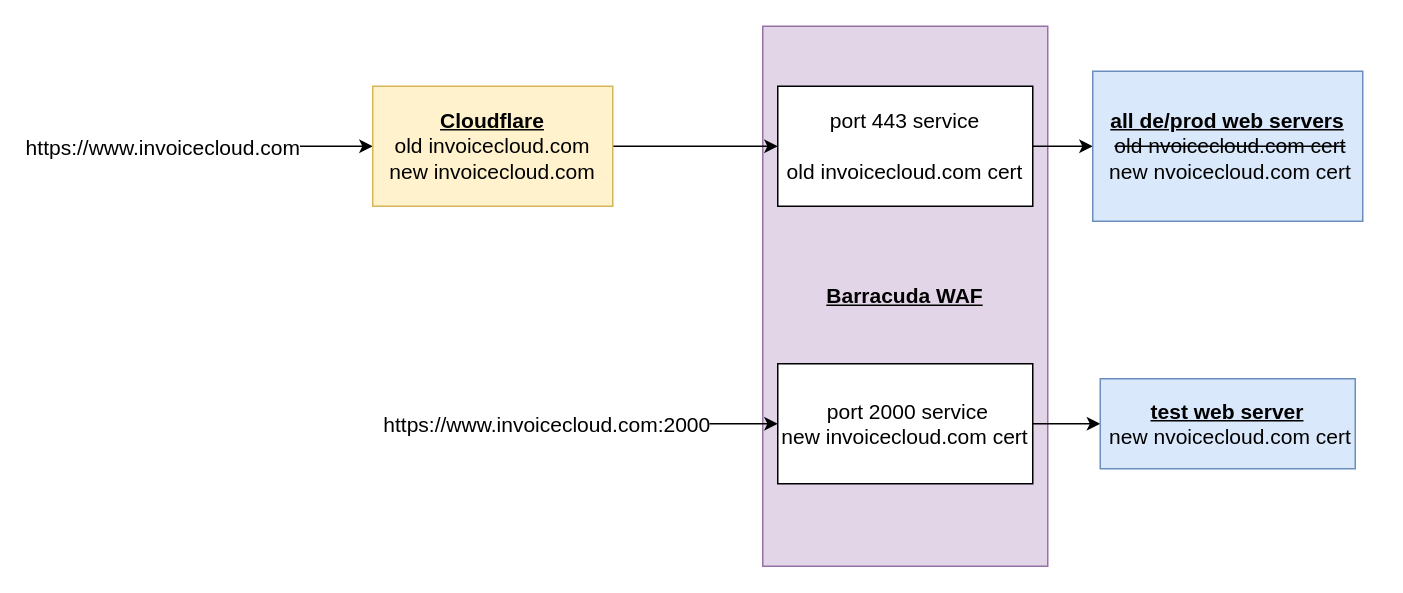
Above: CertChange.drawio in vjavle/invoicecloud (draw.io), before the change. Source tidied: cells renumbered, new cells numbered last; positions are measured from the earlier drawing's top-left corner, leaving out a move shared by most shapes. Both pictures are drawn from the tidied source at 150%, with x=0, y=0 at pixel (222, 26).
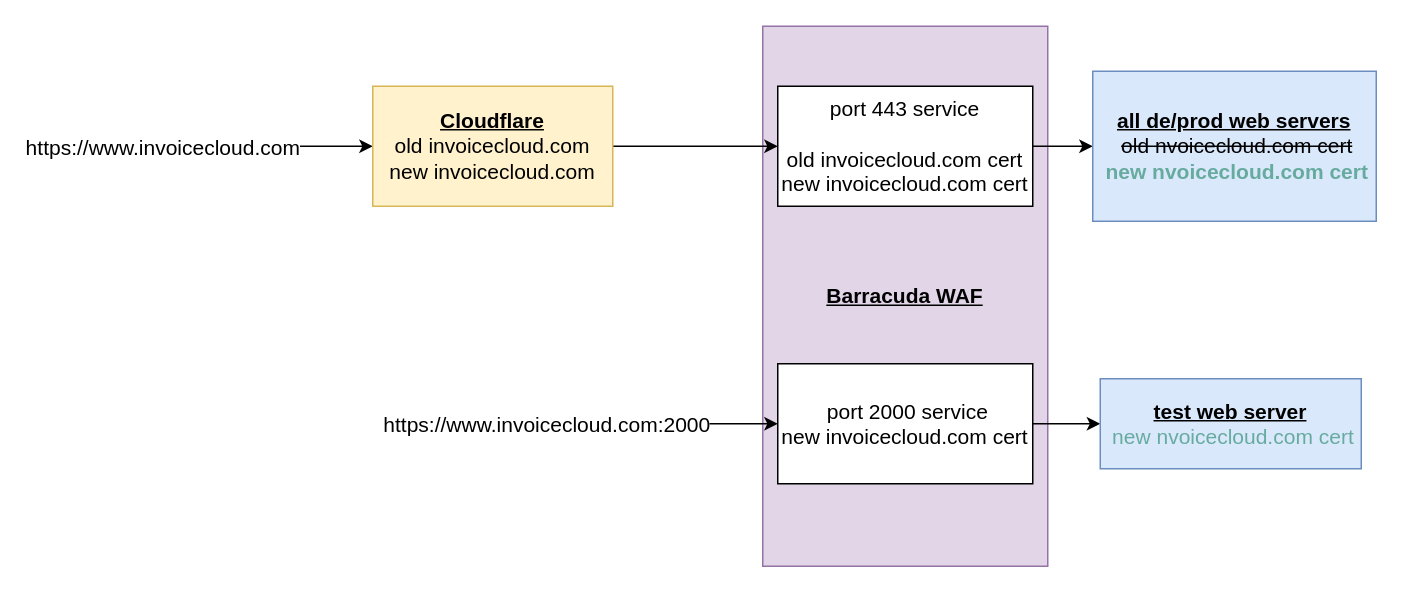
After the change.

The edit, as a diff of the source:
```diff
@@
 <mxGraphModel>
   <root>
     <mxCell id="0" />
     <mxCell id="1" parent="0" />
     <mxCell id="2" value="&lt;b&gt;&lt;u&gt;Barracuda WAF&lt;/u&gt;&lt;/b&gt;" style="rounded=0;whiteSpace=wrap;html=1;fillColor=#e1d5e7;strokeColor=#9673a6;fontSize=14;" parent="1" vertex="1">
       <mxGeometry x="360" width="190" height="360" as="geometry" />
     </mxCell>
     <mxCell id="3" style="edgeStyle=orthogonalEdgeStyle;rounded=0;jettySize=auto;html=1;fontSize=14;" parent="1" edge="1" source="6" target="8">
       <mxGeometry relative="1" as="geometry" />
     </mxCell>
     <mxCell id="4" style="edgeStyle=orthogonalEdgeStyle;rounded=0;jettySize=auto;html=1;startArrow=classic;startFill=1;endArrow=none;endFill=0;fontSize=14;" parent="1" edge="1" source="6">
       <mxGeometry relative="1" as="geometry">
         <mxPoint y="80" as="targetPoint" />
       </mxGeometry>
     </mxCell>
     <mxCell id="5" value="https://www.invoicecloud.com" style="edgeLabel;html=1;align=center;verticalAlign=middle;fontSize=14;" parent="4" vertex="1">
       <mxGeometry x="0.83" y="-5" relative="1" as="geometry">
         <mxPoint x="-49" y="5" as="offset" />
       </mxGeometry>
     </mxCell>
     <mxCell id="6" value="&lt;b&gt;&lt;u&gt;Cloudflare&lt;/u&gt;&lt;/b&gt;&lt;br style=&quot;font-size: 14px;&quot;&gt;old invoicecloud.com&lt;br style=&quot;font-size: 14px;&quot;&gt;new invoicecloud.com" style="rounded=0;whiteSpace=wrap;html=1;fillColor=#fff2cc;strokeColor=#d6b656;fontSize=14;" parent="1" vertex="1">
       <mxGeometry x="100" y="40" width="160" height="80" as="geometry" />
     </mxCell>
     <mxCell id="7" style="edgeStyle=orthogonalEdgeStyle;rounded=0;jettySize=auto;html=1;fontSize=14;startArrow=none;startFill=0;endArrow=classic;endFill=1;" parent="1" edge="1" source="8" target="14">
       <mxGeometry relative="1" as="geometry" />
     </mxCell>
-    <mxCell id="8" value="port 443 service&lt;br style=&quot;font-size: 14px;&quot;&gt;&lt;br style=&quot;font-size: 14px;&quot;&gt;old invoicecloud.com cert" style="rounded=0;whiteSpace=wrap;html=1;fontSize=14;" parent="1" vertex="1">
+    <mxCell id="8" value="port 443 service&lt;br style=&quot;font-size: 14px;&quot;&gt;&lt;br style=&quot;font-size: 14px;&quot;&gt;old invoicecloud.com cert&lt;br&gt;new invoicecloud.com cert" style="rounded=0;whiteSpace=wrap;html=1;fontSize=14;" parent="1" vertex="1">
       <mxGeometry x="370" y="40" width="170" height="80" as="geometry" />
     </mxCell>
     <mxCell id="9" style="edgeStyle=orthogonalEdgeStyle;rounded=0;jettySize=auto;html=1;fontSize=14;" parent="1" edge="1" source="12" target="13">
       <mxGeometry relative="1" as="geometry" />
     </mxCell>
     <mxCell id="10" style="edgeStyle=orthogonalEdgeStyle;rounded=0;jettySize=auto;html=1;endArrow=none;endFill=0;startArrow=classic;startFill=1;fontSize=14;" parent="1" edge="1" source="12">
       <mxGeometry relative="1" as="geometry">
         <mxPoint x="190" y="265" as="targetPoint" />
       </mxGeometry>
     </mxCell>
     <mxCell id="11" value="https://www.invoicecloud.com:2000" style="edgeLabel;html=1;align=center;verticalAlign=middle;fontSize=14;" parent="10" vertex="1">
       <mxGeometry x="0.72" relative="1" as="geometry" />
     </mxCell>
     <mxCell id="12" value="&amp;nbsp;port 2000 service&lt;br style=&quot;font-size: 14px;&quot;&gt;new invoicecloud.com cert" style="rounded=0;whiteSpace=wrap;html=1;fontSize=14;" parent="1" vertex="1">
       <mxGeometry x="370" y="225" width="170" height="80" as="geometry" />
     </mxCell>
-    <mxCell id="13" value="&lt;b&gt;&lt;u&gt;test web server&lt;/u&gt;&lt;/b&gt;&lt;br style=&quot;font-size: 14px;&quot;&gt;&amp;nbsp;new nvoicecloud.com cert" style="rounded=0;whiteSpace=wrap;html=1;fillColor=#dae8fc;strokeColor=#6c8ebf;fontSize=14;" parent="1" vertex="1">
-      <mxGeometry x="585" y="235" width="170" height="60" as="geometry" />
+    <mxCell id="13" value="&lt;b&gt;&lt;u&gt;test web server&lt;/u&gt;&lt;/b&gt;&lt;br style=&quot;font-size: 14px;&quot;&gt;&lt;font color=&quot;#67ab9f&quot;&gt;&amp;nbsp;new nvoicecloud.com cert&lt;/font&gt;" style="rounded=0;whiteSpace=wrap;html=1;fillColor=#dae8fc;strokeColor=#6c8ebf;fontSize=14;" parent="1" vertex="1">
+      <mxGeometry x="585" y="235" width="174" height="60" as="geometry" />
     </mxCell>
-    <mxCell id="14" value="&lt;b&gt;&lt;u&gt;all de/prod web servers&lt;/u&gt;&lt;/b&gt;&lt;br style=&quot;font-size: 14px;&quot;&gt;&amp;nbsp;&lt;strike style=&quot;font-size: 14px;&quot;&gt;old nvoicecloud.com cert&lt;/strike&gt;&lt;br style=&quot;font-size: 14px;&quot;&gt;&amp;nbsp;new nvoicecloud.com cert" style="rounded=0;whiteSpace=wrap;html=1;fillColor=#dae8fc;strokeColor=#6c8ebf;fontSize=14;" parent="1" vertex="1">
-      <mxGeometry x="580" y="30" width="180" height="100" as="geometry" />
+    <mxCell id="14" value="&lt;b&gt;&lt;u&gt;all de/prod web servers&lt;/u&gt;&lt;/b&gt;&lt;br style=&quot;font-size: 14px;&quot;&gt;&amp;nbsp;&lt;strike style=&quot;font-size: 14px;&quot;&gt;old nvoicecloud.com cert&lt;/strike&gt;&lt;br style=&quot;font-size: 14px;&quot;&gt;&lt;font color=&quot;#67ab9f&quot;&gt;&lt;b&gt;&amp;nbsp;new nvoicecloud.com cert&lt;/b&gt;&lt;/font&gt;" style="rounded=0;whiteSpace=wrap;html=1;fillColor=#dae8fc;strokeColor=#6c8ebf;fontSize=14;" parent="1" vertex="1">
+      <mxGeometry x="580" y="30" width="189" height="100" as="geometry" />
     </mxCell>
   </root>
 </mxGraphModel>
```
